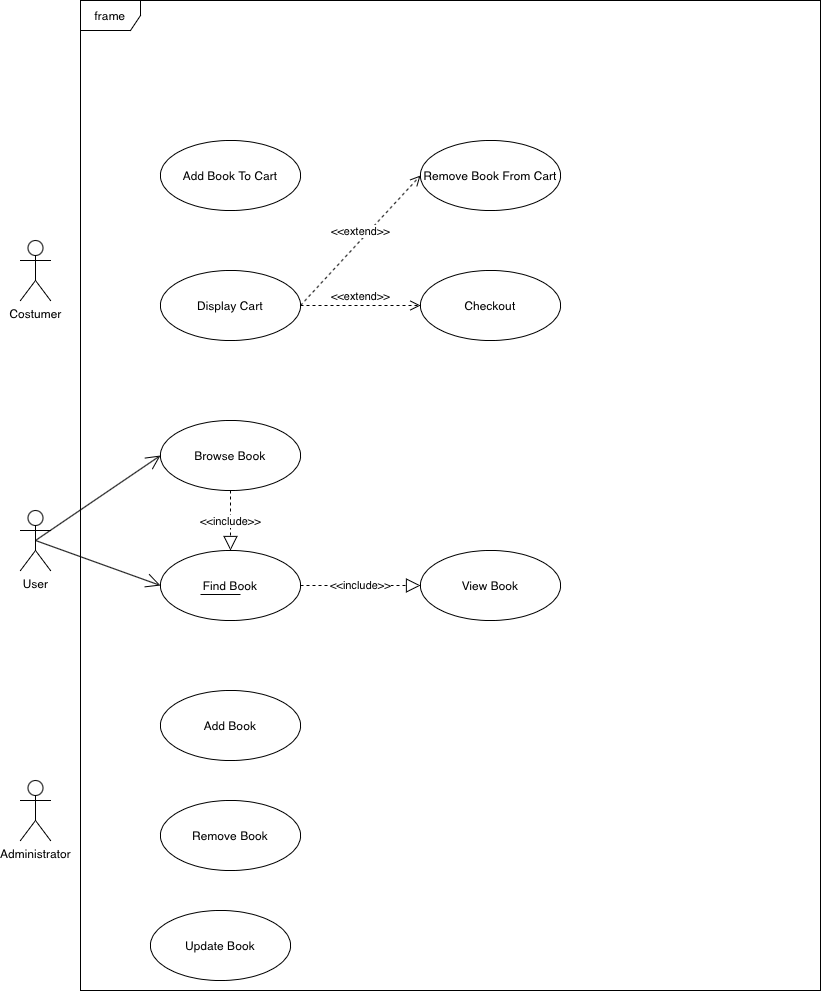
Above: models/usecase_book.png in umb-hub/BookStore (draw.io), before the change. Source tidied: cells renumbered, new cells last; positions are measured from the earlier drawing's top-left corner, leaving out a move shared by most shapes.
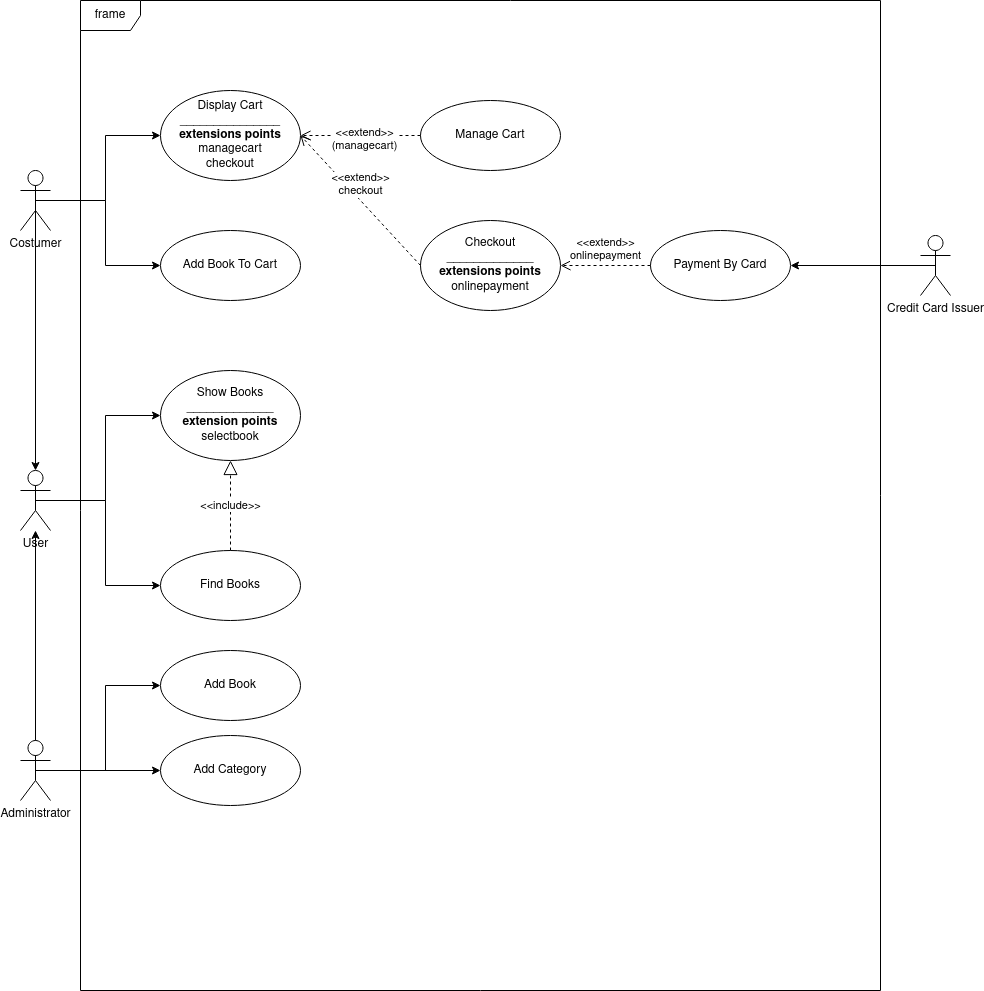
The same diagram one commit later.

The edit, as a diff of the source:
```diff
@@ -3,67 +3,87 @@
     <mxCell id="0" />
     <mxCell id="1" parent="0" />
     <mxCell id="2" value="frame" style="shape=umlFrame;whiteSpace=wrap;html=1;" parent="1" vertex="1">
-      <mxGeometry x="60" width="740" height="990" as="geometry" />
+      <mxGeometry x="60" y="40" width="800" height="990" as="geometry" />
     </mxCell>
+    <mxCell id="7" style="edgeStyle=orthogonalEdgeStyle;rounded=0;jettySize=auto;html=1;exitX=0.5;exitY=0.5;exitDx=0;exitDy=0;exitPerimeter=0;entryX=0;entryY=0.5;entryDx=0;entryDy=0;" parent="1" edge="1" source="3" target="4">
+      <mxGeometry relative="1" as="geometry" />
+    </mxCell>
+    <mxCell id="8" style="edgeStyle=orthogonalEdgeStyle;rounded=0;jettySize=auto;html=1;exitX=0.5;exitY=0.5;exitDx=0;exitDy=0;exitPerimeter=0;entryX=0;entryY=0.5;entryDx=0;entryDy=0;" parent="1" edge="1" source="3" target="5">
+      <mxGeometry relative="1" as="geometry" />
+    </mxCell>
     <mxCell id="3" value="User" style="shape=umlActor;verticalLabelPosition=bottom;verticalAlign=top;html=1;" parent="1" vertex="1">
       <mxGeometry y="510" width="30" height="60" as="geometry" />
     </mxCell>
-    <mxCell id="4" value="Browse Book" style="ellipse;whiteSpace=wrap;html=1;" parent="1" vertex="1">
-      <mxGeometry x="140" y="420" width="140" height="70" as="geometry" />
+    <mxCell id="4" value="&lt;div&gt;Show Books&lt;/div&gt;&lt;div&gt;_____________&lt;/div&gt;&lt;div&gt;&lt;b&gt;extension points&lt;/b&gt;&lt;/div&gt;&lt;div&gt;selectbook&lt;br&gt;&lt;/div&gt;" style="ellipse;whiteSpace=wrap;html=1;" parent="1" vertex="1">
+      <mxGeometry x="140" y="410" width="140" height="90" as="geometry" />
     </mxCell>
-    <mxCell id="5" value="Find Book" style="ellipse;whiteSpace=wrap;html=1;" parent="1" vertex="1">
-      <mxGeometry x="140" y="550" width="140" height="70" as="geometry" />
+    <mxCell id="5" value="Find Books" style="ellipse;whiteSpace=wrap;html=1;" parent="1" vertex="1">
+      <mxGeometry x="140" y="590" width="140" height="70" as="geometry" />
     </mxCell>
-    <mxCell id="6" value="View Book" style="ellipse;whiteSpace=wrap;html=1;" parent="1" vertex="1">
-      <mxGeometry x="400" y="550" width="140" height="70" as="geometry" />
-    </mxCell>
-    <mxCell id="7" style="endArrow=open;endFill=1;endSize=12;html=1;entryX=0;entryY=0.5;entryDx=0;entryDy=0;exitX=0.5;exitY=0.5;exitDx=0;exitDy=0;exitPerimeter=0;" parent="1" edge="1" source="3" target="4">
-      <mxGeometry relative="1" as="geometry" />
-    </mxCell>
-    <mxCell id="8" style="endArrow=open;endFill=1;endSize=12;html=1;entryX=0;entryY=0.5;entryDx=0;entryDy=0;exitX=0.5;exitY=0.5;exitDx=0;exitDy=0;exitPerimeter=0;" parent="1" edge="1" source="3" target="5">
-      <mxGeometry relative="1" as="geometry" />
-    </mxCell>
-    <mxCell id="9" value="&amp;lt;&amp;lt;include&amp;gt;&amp;gt;" style="endArrow=block;dashed=1;endFill=0;endSize=12;html=1;exitX=0.5;exitY=1;exitDx=0;exitDy=0;entryX=0.5;entryY=0;entryDx=0;entryDy=0;" parent="1" edge="1" source="4" target="5">
+    <mxCell id="9" value="&amp;lt;&amp;lt;include&amp;gt;&amp;gt;" style="endArrow=block;dashed=1;endFill=0;endSize=12;html=1;entryX=0.5;entryY=1;entryDx=0;entryDy=0;exitX=0.5;exitY=0;exitDx=0;exitDy=0;" parent="1" edge="1" source="5" target="4">
       <mxGeometry relative="1" as="geometry" />
     </mxCell>
-    <mxCell id="10" value="&amp;lt;&amp;lt;include&amp;gt;&amp;gt;" style="endArrow=block;dashed=1;endFill=0;endSize=12;html=1;exitX=1;exitY=0.5;exitDx=0;exitDy=0;entryX=0;entryY=0.5;entryDx=0;entryDy=0;" parent="1" edge="1" source="5" target="6">
-      <mxGeometry relative="1" as="geometry" />
-    </mxCell>
+    <mxCell id="23" style="edgeStyle=orthogonalEdgeStyle;rounded=0;jettySize=auto;html=1;exitX=0.5;exitY=0.5;exitDx=0;exitDy=0;exitPerimeter=0;entryX=0;entryY=0.5;entryDx=0;entryDy=0;" parent="1" edge="1" source="11" target="12">
+      <mxGeometry relative="1" as="geometry" />
+    </mxCell>
+    <mxCell id="24" style="edgeStyle=orthogonalEdgeStyle;rounded=0;jettySize=auto;html=1;exitX=0.5;exitY=0.5;exitDx=0;exitDy=0;exitPerimeter=0;entryX=0;entryY=0.5;entryDx=0;entryDy=0;" parent="1" edge="1" source="11" target="13">
+      <mxGeometry relative="1" as="geometry" />
+    </mxCell>
+    <mxCell id="25" style="edgeStyle=orthogonalEdgeStyle;rounded=0;jettySize=auto;html=1;exitX=0.5;exitY=0.5;exitDx=0;exitDy=0;exitPerimeter=0;" parent="1" edge="1" source="11" target="3">
+      <mxGeometry relative="1" as="geometry" />
+    </mxCell>
     <mxCell id="11" value="Administrator" style="shape=umlActor;verticalLabelPosition=bottom;verticalAlign=top;html=1;" parent="1" vertex="1">
       <mxGeometry y="780" width="30" height="60" as="geometry" />
     </mxCell>
     <mxCell id="12" value="Add Book" style="ellipse;whiteSpace=wrap;html=1;" parent="1" vertex="1">
       <mxGeometry x="140" y="690" width="140" height="70" as="geometry" />
     </mxCell>
-    <mxCell id="13" value="Remove Book" style="ellipse;whiteSpace=wrap;html=1;" parent="1" vertex="1">
-      <mxGeometry x="140" y="800" width="140" height="70" as="geometry" />
+    <mxCell id="13" value="Add Category" style="ellipse;whiteSpace=wrap;html=1;" parent="1" vertex="1">
+      <mxGeometry x="140" y="775" width="140" height="70" as="geometry" />
     </mxCell>
+    <mxCell id="26" style="edgeStyle=orthogonalEdgeStyle;rounded=0;jettySize=auto;html=1;exitX=0.5;exitY=0.5;exitDx=0;exitDy=0;exitPerimeter=0;entryX=0;entryY=0.5;entryDx=0;entryDy=0;" parent="1" edge="1" source="14" target="15">
+      <mxGeometry relative="1" as="geometry" />
+    </mxCell>
+    <mxCell id="27" style="edgeStyle=orthogonalEdgeStyle;rounded=0;jettySize=auto;html=1;exitX=0.5;exitY=0.5;exitDx=0;exitDy=0;exitPerimeter=0;entryX=0;entryY=0.5;entryDx=0;entryDy=0;" parent="1" edge="1" source="14" target="17">
+      <mxGeometry relative="1" as="geometry" />
+    </mxCell>
+    <mxCell id="28" style="edgeStyle=orthogonalEdgeStyle;rounded=0;jettySize=auto;html=1;exitX=0.5;exitY=0.5;exitDx=0;exitDy=0;exitPerimeter=0;entryX=0.5;entryY=0;entryDx=0;entryDy=0;entryPerimeter=0;" parent="1" edge="1" source="14" target="3">
+      <mxGeometry relative="1" as="geometry" />
+    </mxCell>
     <mxCell id="14" value="Costumer" style="shape=umlActor;verticalLabelPosition=bottom;verticalAlign=top;html=1;" parent="1" vertex="1">
-      <mxGeometry y="240" width="30" height="60" as="geometry" />
+      <mxGeometry y="210" width="30" height="60" as="geometry" />
     </mxCell>
     <mxCell id="15" value="Add Book To Cart" style="ellipse;whiteSpace=wrap;html=1;" parent="1" vertex="1">
-      <mxGeometry x="140" y="140" width="140" height="70" as="geometry" />
+      <mxGeometry x="140" y="270" width="140" height="70" as="geometry" />
     </mxCell>
-    <mxCell id="16" value="Remove Book From Cart" style="ellipse;whiteSpace=wrap;html=1;" parent="1" vertex="1">
+    <mxCell id="16" value="Manage Cart" style="ellipse;whiteSpace=wrap;html=1;" parent="1" vertex="1">
       <mxGeometry x="400" y="140" width="140" height="70" as="geometry" />
     </mxCell>
-    <mxCell id="17" value="Display Cart" style="ellipse;whiteSpace=wrap;html=1;" parent="1" vertex="1">
-      <mxGeometry x="140" y="270" width="140" height="70" as="geometry" />
+    <mxCell id="17" value="&lt;div&gt;Display Cart&lt;/div&gt;&lt;div&gt;_______________&lt;/div&gt;&lt;div&gt;&lt;b&gt;extensions points&lt;/b&gt;&lt;/div&gt;&lt;div&gt;managecart&lt;/div&gt;&lt;div&gt;checkout&lt;br&gt;&lt;/div&gt;" style="ellipse;whiteSpace=wrap;html=1;" parent="1" vertex="1">
+      <mxGeometry x="140" y="130" width="140" height="90" as="geometry" />
     </mxCell>
-    <mxCell id="18" value="Checkout" style="ellipse;whiteSpace=wrap;html=1;" parent="1" vertex="1">
-      <mxGeometry x="400" y="270" width="140" height="70" as="geometry" />
+    <mxCell id="18" value="&lt;div&gt;Checkout&lt;/div&gt;&lt;div&gt;_____________&lt;/div&gt;&lt;div&gt;&lt;b&gt;extensions points&lt;/b&gt;&lt;/div&gt;&lt;div&gt;onlinepayment&lt;br&gt;&lt;/div&gt;" style="ellipse;whiteSpace=wrap;html=1;" parent="1" vertex="1">
+      <mxGeometry x="400" y="260" width="140" height="90" as="geometry" />
     </mxCell>
-    <mxCell id="19" style="line;strokeWidth=1;fillColor=none;align=left;verticalAlign=middle;spacingTop=-1;spacingLeft=3;spacingRight=3;labelPosition=right;" parent="1" vertex="1">
-      <mxGeometry x="180" y="590" width="40" height="8" as="geometry" />
-    </mxCell>
-    <mxCell id="20" value="Update Book" style="ellipse;whiteSpace=wrap;html=1;" parent="1" vertex="1">
-      <mxGeometry x="130" y="910" width="140" height="70" as="geometry" />
-    </mxCell>
-    <mxCell id="21" value="&amp;lt;&amp;lt;extend&amp;gt;&amp;gt;" style="html=1;verticalAlign=bottom;endArrow=open;dashed=1;endSize=8;exitX=1;exitY=0.5;exitDx=0;exitDy=0;entryX=0;entryY=0.5;entryDx=0;entryDy=0;" parent="1" edge="1" source="17" target="16">
-      <mxGeometry relative="1" as="geometry" />
+    <mxCell id="21" value="&lt;div&gt;&amp;lt;&amp;lt;extend&amp;gt;&amp;gt;&lt;/div&gt;&lt;div&gt;(managecart)&lt;br&gt;&lt;/div&gt;" style="html=1;verticalAlign=bottom;endArrow=open;dashed=1;endSize=8;entryX=1;entryY=0.5;entryDx=0;entryDy=0;exitX=0;exitY=0.5;exitDx=0;exitDy=0;" parent="1" edge="1" source="16" target="17">
+      <mxGeometry x="-0.07" y="21" relative="1" as="geometry">
+        <mxPoint y="-1" as="offset" />
+      </mxGeometry>
     </mxCell>
-    <mxCell id="22" value="&amp;lt;&amp;lt;extend&amp;gt;&amp;gt;" style="html=1;verticalAlign=bottom;endArrow=open;dashed=1;endSize=8;exitX=1;exitY=0.5;exitDx=0;exitDy=0;entryX=0;entryY=0.5;entryDx=0;entryDy=0;" parent="1" edge="1" source="17" target="18">
+    <mxCell id="22" value="&lt;div&gt;&amp;lt;&amp;lt;extend&amp;gt;&amp;gt;&lt;/div&gt;checkout" style="html=1;verticalAlign=bottom;endArrow=open;dashed=1;endSize=8;entryX=1;entryY=0.5;entryDx=0;entryDy=0;exitX=0;exitY=0.5;exitDx=0;exitDy=0;" parent="1" edge="1" source="18" target="17">
       <mxGeometry relative="1" as="geometry" />
     </mxCell>
+    <mxCell id="29" value="Payment By Card" style="ellipse;whiteSpace=wrap;html=1;" parent="1" vertex="1">
+      <mxGeometry x="630" y="270" width="140" height="70" as="geometry" />
+    </mxCell>
+    <mxCell id="30" value="&lt;div&gt;&amp;lt;&amp;lt;extend&amp;gt;&amp;gt;&lt;/div&gt;onlinepayment" style="html=1;verticalAlign=bottom;endArrow=open;dashed=1;endSize=8;entryX=1;entryY=0.5;entryDx=0;entryDy=0;exitX=0;exitY=0.5;exitDx=0;exitDy=0;" parent="1" edge="1" source="29" target="18">
+      <mxGeometry relative="1" as="geometry" />
+    </mxCell>
+    <mxCell id="31" style="edgeStyle=orthogonalEdgeStyle;rounded=0;jettySize=auto;html=1;exitX=0.5;exitY=0.5;exitDx=0;exitDy=0;exitPerimeter=0;entryX=1;entryY=0.5;entryDx=0;entryDy=0;" parent="1" edge="1" source="32" target="29">
+      <mxGeometry relative="1" as="geometry" />
+    </mxCell>
+    <mxCell id="32" value="Credit Card Issuer" style="shape=umlActor;verticalLabelPosition=bottom;verticalAlign=top;html=1;" parent="1" vertex="1">
+      <mxGeometry x="900" y="275" width="30" height="60" as="geometry" />
+    </mxCell>
   </root>
 </mxGraphModel>
```
